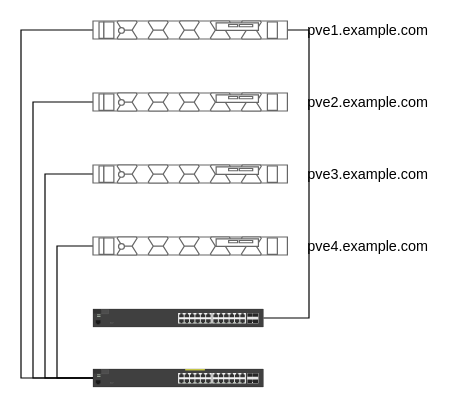
The draw.io diagram window screen.drawio in natop/drawio, before the edit. Source tidied: cells renumbered, new cells numbered last; positions are measured from the earlier drawing's top-left corner, leaving out a move shared by most shapes. Both pictures are drawn from the tidied source at 120%, with x=0, y=0 at pixel (20, 20).
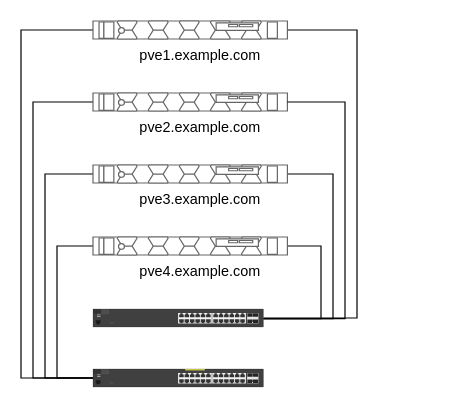
Above is the later version.

The change refers to these unchanged cells:
```xml
<mxCell id="11" style="html=1;verticalLabelPosition=bottom;verticalAlign=top;outlineConnect=0;shadow=0;dashed=0;shape=mxgraph.rack.hpe_aruba.switches.j9776a_2530_24g_switch;" parent="1" vertex="1">
  <mxGeometry x="60" y="240" width="142" height="15" as="geometry" />
</mxCell>
```

The edit, as a diff of the source:
```diff
@@
-    <mxCell id="3" value="pve2.example.com" style="strokeColor=#666666;html=1;labelPosition=right;align=left;spacingLeft=15;shadow=0;dashed=0;outlineConnect=0;shape=mxgraph.rack.dell.poweredge_r440;" parent="1" vertex="1">
+    <mxCell id="3" value="pve2.example.com" style="strokeColor=#666666;html=1;labelPosition=center;align=center;spacingLeft=15;shadow=0;dashed=0;outlineConnect=0;shape=mxgraph.rack.dell.poweredge_r440;verticalLabelPosition=bottom;verticalAlign=top;" parent="1" vertex="1">
       <mxGeometry x="60" y="60" width="162" height="15" as="geometry" />
     </mxCell>
@@
+    <mxCell id="13" style="edgeStyle=orthogonalEdgeStyle;rounded=0;jettySize=auto;html=1;endArrow=none;endFill=0;" parent="1" edge="1" source="5" target="11">
+      <mxGeometry relative="1" as="geometry">
+        <Array as="points">
+          <mxPoint x="250" y="188" />
+          <mxPoint x="250" y="248" />
+        </Array>
+      </mxGeometry>
+    </mxCell>
-    <mxCell id="5" value="pve4.example.com" style="strokeColor=#666666;html=1;labelPosition=right;align=left;spacingLeft=15;shadow=0;dashed=0;outlineConnect=0;shape=mxgraph.rack.dell.poweredge_r440;" parent="1" vertex="1">
+    <mxCell id="5" value="pve4.example.com" style="strokeColor=#666666;html=1;labelPosition=center;align=center;spacingLeft=15;shadow=0;dashed=0;outlineConnect=0;shape=mxgraph.rack.dell.poweredge_r440;verticalLabelPosition=bottom;verticalAlign=top;" parent="1" vertex="1">
       <mxGeometry x="60" y="180" width="162" height="15" as="geometry" />
     </mxCell>
     <mxCell id="6" style="edgeStyle=elbowEdgeStyle;rounded=0;jettySize=auto;html=1;startArrow=none;startFill=0;endArrow=none;endFill=0;" parent="1" edge="1" source="8" target="11">
       <mxGeometry relative="1" as="geometry">
         <Array as="points">
-          <mxPoint x="240" y="130" />
+          <mxPoint x="280" y="130" />
         </Array>
       </mxGeometry>
     </mxCell>
@@
+    <mxCell id="14" style="edgeStyle=orthogonalEdgeStyle;rounded=0;jettySize=auto;html=1;endArrow=none;endFill=0;" parent="1" edge="1" source="3" target="11">
+      <mxGeometry relative="1" as="geometry">
+        <Array as="points">
+          <mxPoint x="270" y="68" />
+          <mxPoint x="270" y="248" />
+        </Array>
+      </mxGeometry>
+    </mxCell>
-    <mxCell id="8" value="pve1.example.com" style="strokeColor=#666666;html=1;labelPosition=right;align=left;spacingLeft=15;shadow=0;dashed=0;outlineConnect=0;shape=mxgraph.rack.dell.poweredge_r440;" parent="1" vertex="1">
+    <mxCell id="8" value="pve1.example.com" style="strokeColor=#666666;html=1;labelPosition=center;align=center;spacingLeft=15;shadow=0;dashed=0;outlineConnect=0;shape=mxgraph.rack.dell.poweredge_r440;verticalLabelPosition=bottom;verticalAlign=top;" parent="1" vertex="1">
       <mxGeometry x="60" width="162" height="15" as="geometry" />
     </mxCell>
@@
+    <mxCell id="15" style="edgeStyle=orthogonalEdgeStyle;rounded=0;jettySize=auto;html=1;endArrow=none;endFill=0;" parent="1" edge="1" source="10" target="11">
+      <mxGeometry relative="1" as="geometry">
+        <Array as="points">
+          <mxPoint x="260" y="128" />
+          <mxPoint x="260" y="248" />
+        </Array>
+      </mxGeometry>
+    </mxCell>
-    <mxCell id="10" value="pve3.example.com" style="strokeColor=#666666;html=1;labelPosition=right;align=left;spacingLeft=15;shadow=0;dashed=0;outlineConnect=0;shape=mxgraph.rack.dell.poweredge_r440;" parent="1" vertex="1">
+    <mxCell id="10" value="pve3.example.com" style="strokeColor=#666666;html=1;labelPosition=center;align=center;spacingLeft=15;shadow=0;dashed=0;outlineConnect=0;shape=mxgraph.rack.dell.poweredge_r440;verticalLabelPosition=bottom;verticalAlign=top;" parent="1" vertex="1">
       <mxGeometry x="60" y="120" width="162" height="15" as="geometry" />
     </mxCell>
```
